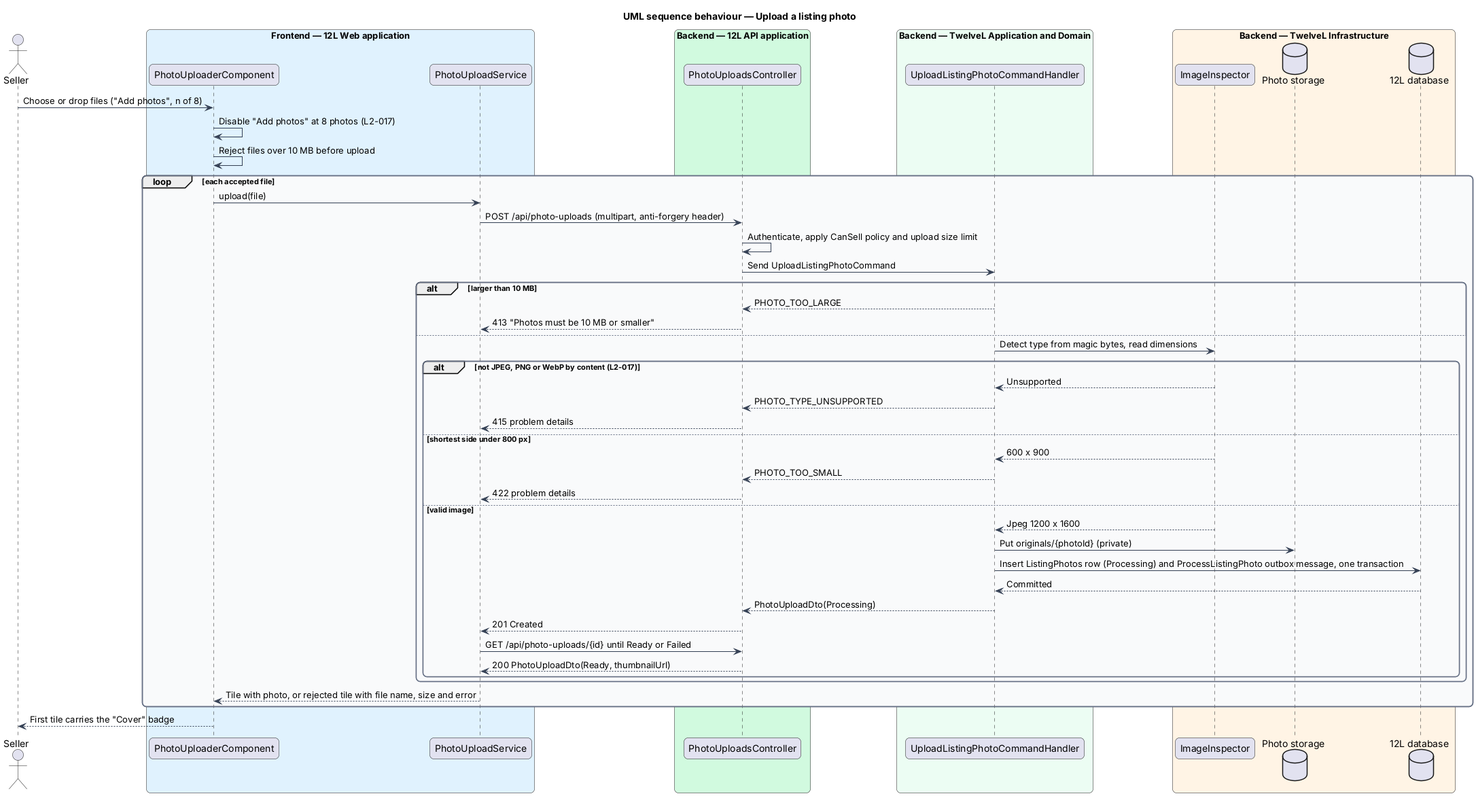
QuinntyneBrown/12l keeps this PlantUML diagram as docs/detailed-designs/listings/upload-listing-photos/diagrams/sequence-upload-photo.png. Above is the earlier version.
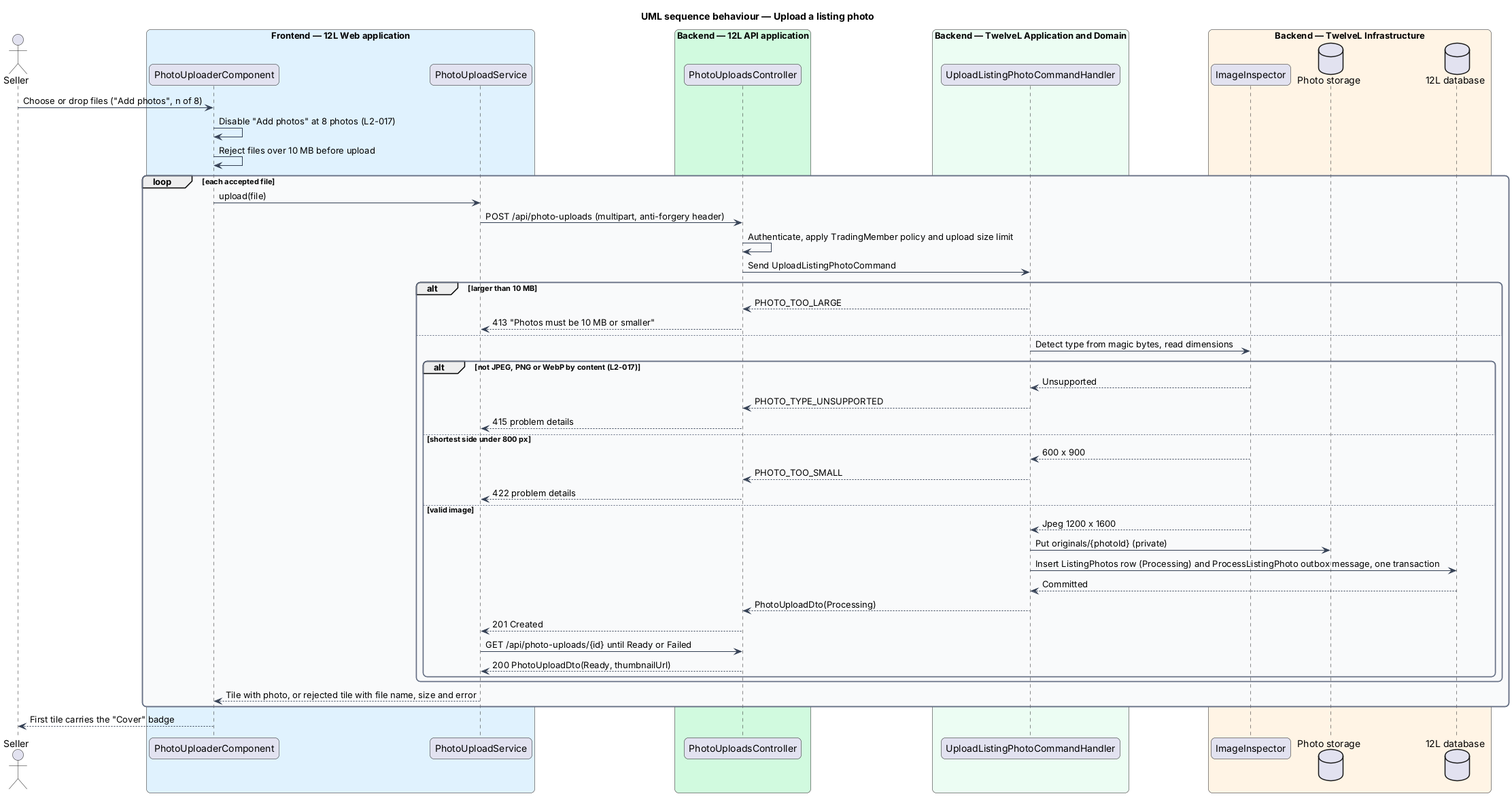
After the commit.

What changed in the source:
```diff
@@ -36,7 +36,7 @@
 loop each accepted file
   up -> client : upload(file)
   client -> controller : POST /api/photo-uploads (multipart, anti-forgery header)
-  controller -> controller : Authenticate, apply CanSell policy and upload size limit
+  controller -> controller : Authenticate, apply TradingMember policy and upload size limit
   controller -> handler : Send UploadListingPhotoCommand
   alt larger than 10 MB
     handler --> controller : PHOTO_TOO_LARGE
```
